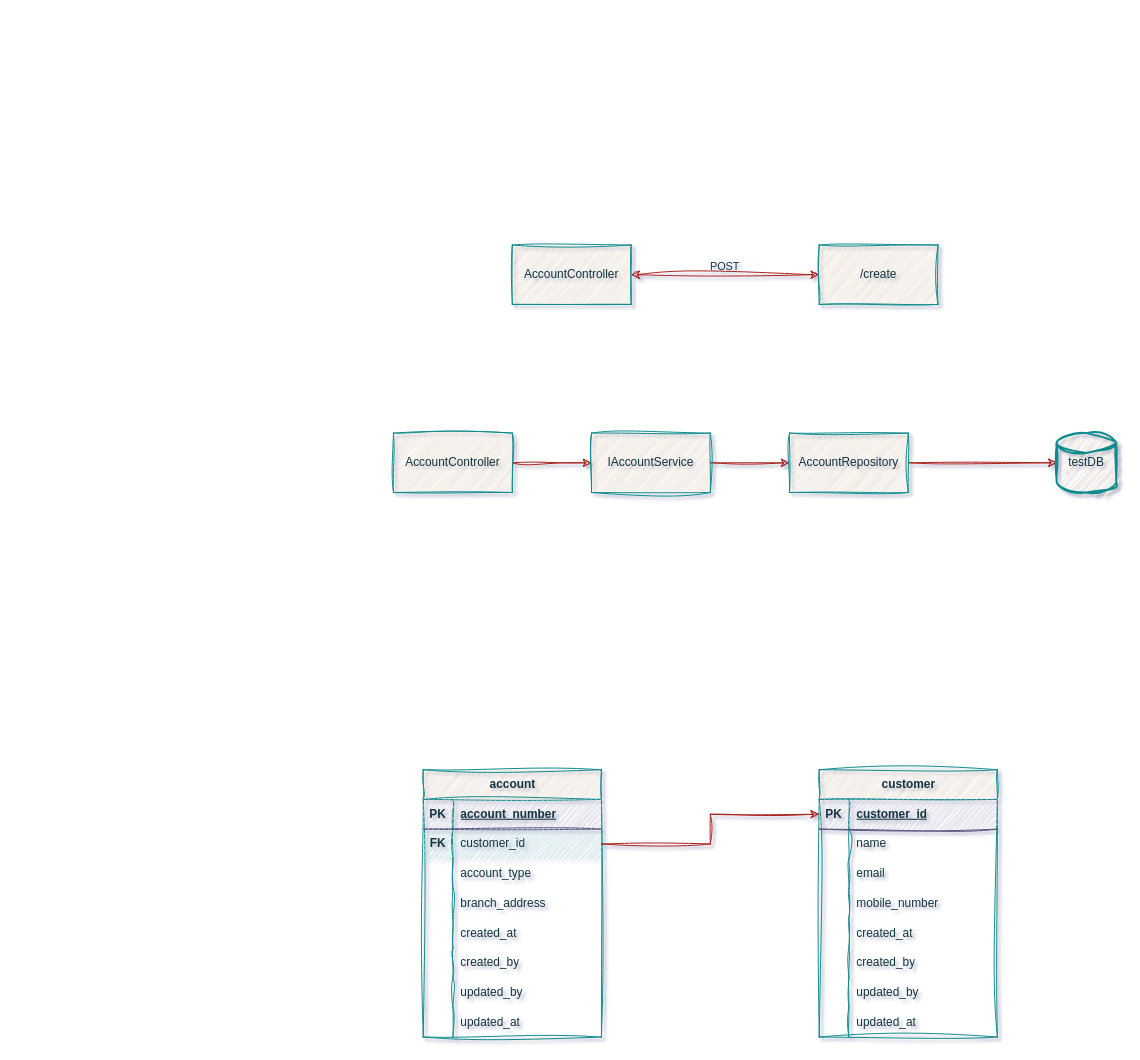
ccweerasinghe1994/MasterMicroserviceswithSpringBoot-Docker-Kubernetes keeps this draw.io diagram as docs/Untitled Diagram.drawio. Above is the earlier version. Source tidied: cells renumbered, new cells numbered last; positions are measured from the earlier drawing's top-left corner, leaving out a move shared by most shapes. Both pictures are drawn from the tidied source at 99%, with x=0, y=0 at pixel (393, 245).
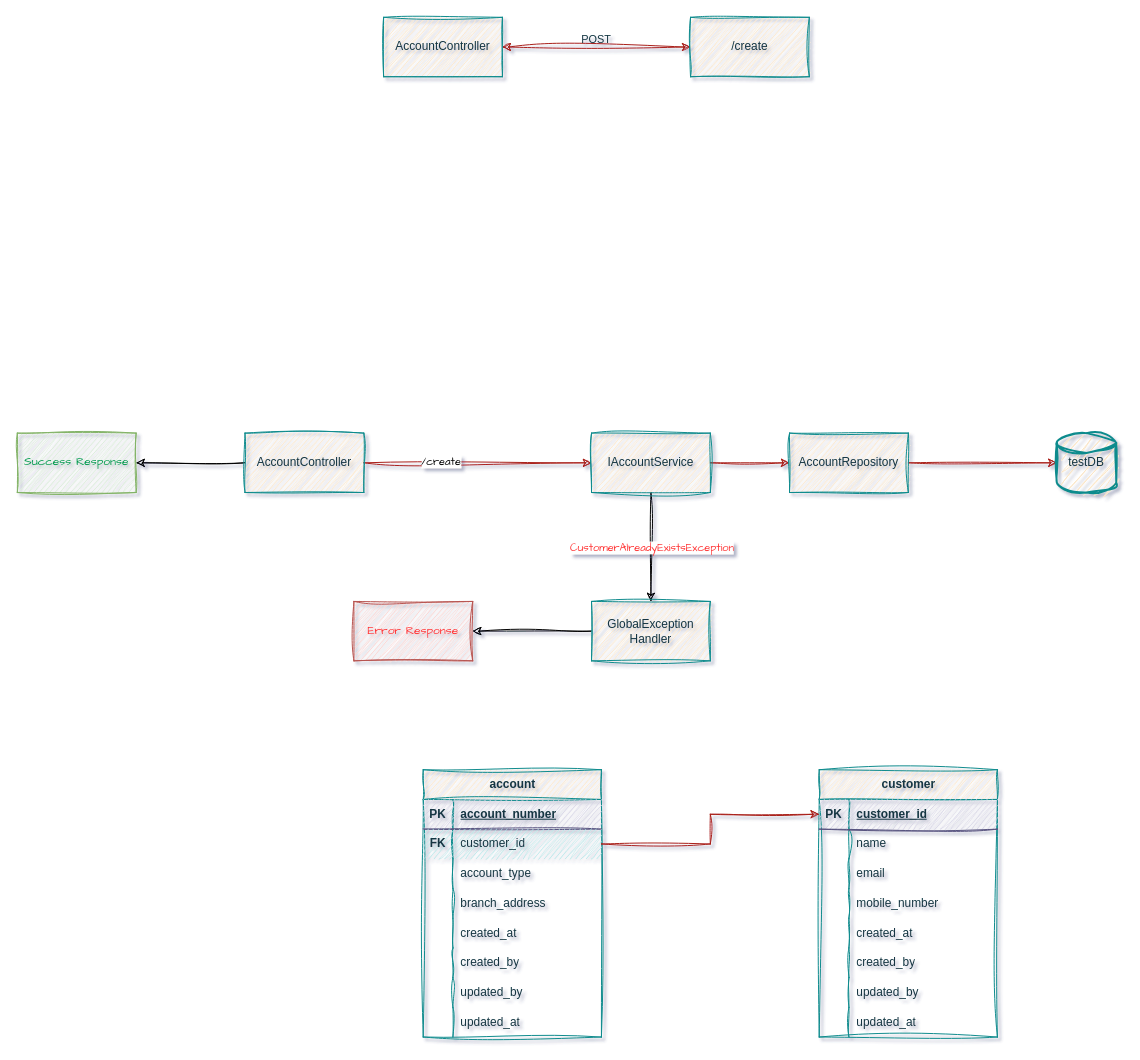
Above is the later version.

Unchanged cells that the change refers to:
```xml
<mxCell id="6" style="edgeStyle=orthogonalEdgeStyle;rounded=0;jettySize=auto;html=1;sketch=1;curveFitting=1;jiggle=2;labelBackgroundColor=none;strokeColor=#A8201A;fontColor=default;" parent="1" edge="1" source="7" target="9">
  <mxGeometry relative="1" as="geometry" />
</mxCell>
<mxCell id="9" value="IAccountService" style="rounded=0;whiteSpace=wrap;html=1;fillColor=#FAE5C7;fontColor=#143642;strokeColor=#0F8B8D;sketch=1;curveFitting=1;jiggle=2;labelBackgroundColor=none;" parent="1" vertex="1">
  <mxGeometry x="200" y="190" width="120" height="60" as="geometry" />
</mxCell>
```

The edit, as a diff of the source:
```diff
@@
     <mxCell id="4" value="AccountController" style="rounded=0;whiteSpace=wrap;html=1;fillColor=#FAE5C7;fontColor=#143642;strokeColor=#0F8B8D;sketch=1;curveFitting=1;jiggle=2;labelBackgroundColor=none;" parent="1" vertex="1">
-      <mxGeometry x="120" width="120" height="60" as="geometry" />
+      <mxGeometry x="-10" y="-230" width="120" height="60" as="geometry" />
     </mxCell>
     <mxCell id="5" value="/create" style="rounded=0;whiteSpace=wrap;html=1;fillColor=#FAE5C7;fontColor=#143642;strokeColor=#0F8B8D;sketch=1;curveFitting=1;jiggle=2;labelBackgroundColor=none;" parent="1" vertex="1">
-      <mxGeometry x="430" width="120" height="60" as="geometry" />
+      <mxGeometry x="300" y="-230" width="120" height="60" as="geometry" />
     </mxCell>
@@
+    <mxCell id="64" value="/create" style="edgeLabel;html=1;align=center;verticalAlign=middle;sketch=1;hachureGap=4;jiggle=2;curveFitting=1;fontFamily=Architects Daughter;" parent="6" vertex="1">
+      <mxGeometry x="-0.33" y="2" relative="1" as="geometry" />
+    </mxCell>
+    <mxCell id="65" style="edgeStyle=orthogonalEdgeStyle;rounded=0;sketch=1;hachureGap=4;jiggle=2;curveFitting=1;jettySize=auto;html=1;fontFamily=Architects Daughter;" parent="1" edge="1" source="7" target="71">
+      <mxGeometry relative="1" as="geometry" />
+    </mxCell>
     <mxCell id="7" value="AccountController" style="rounded=0;whiteSpace=wrap;html=1;fillColor=#FAE5C7;fontColor=#143642;strokeColor=#0F8B8D;sketch=1;curveFitting=1;jiggle=2;labelBackgroundColor=none;" parent="1" vertex="1">
-      <mxGeometry y="190" width="120" height="60" as="geometry" />
+      <mxGeometry x="-150" y="190" width="120" height="60" as="geometry" />
     </mxCell>
@@
+    <mxCell id="66" style="edgeStyle=orthogonalEdgeStyle;rounded=0;sketch=1;hachureGap=4;jiggle=2;curveFitting=1;jettySize=auto;html=1;fontFamily=Architects Daughter;textShadow=1;labelBorderColor=none;fontStyle=0;" parent="1" edge="1" source="9" target="69">
+      <mxGeometry relative="1" as="geometry" />
+    </mxCell>
+    <mxCell id="67" value="&lt;span style=&quot;font-weight: normal;&quot;&gt;CustomerAlreadyExistsException&lt;/span&gt;" style="edgeLabel;html=1;align=center;verticalAlign=middle;sketch=1;hachureGap=4;jiggle=2;curveFitting=1;fontFamily=Architects Daughter;fontColor=#FF3333;fontStyle=1;" parent="66" vertex="1">
+      <mxGeometry relative="1" as="geometry" />
+    </mxCell>
@@
+    <mxCell id="68" style="edgeStyle=orthogonalEdgeStyle;rounded=0;sketch=1;hachureGap=4;jiggle=2;curveFitting=1;jettySize=auto;html=1;fontFamily=Architects Daughter;" parent="1" edge="1" source="69" target="70">
+      <mxGeometry relative="1" as="geometry" />
+    </mxCell>
+    <mxCell id="69" value="GlobalException Handler" style="rounded=0;whiteSpace=wrap;html=1;fillColor=#FAE5C7;fontColor=#143642;strokeColor=#0F8B8D;sketch=1;curveFitting=1;jiggle=2;labelBackgroundColor=none;" parent="1" vertex="1">
+      <mxGeometry x="200" y="360" width="120" height="60" as="geometry" />
+    </mxCell>
+    <mxCell id="70" value="Error Response" style="rounded=0;whiteSpace=wrap;html=1;sketch=1;hachureGap=4;jiggle=2;curveFitting=1;fontFamily=Architects Daughter;fillColor=#f8cecc;strokeColor=#b85450;fontColor=#FF3333;" parent="1" vertex="1">
+      <mxGeometry x="-40" y="360" width="120" height="60" as="geometry" />
+    </mxCell>
+    <mxCell id="71" value="Success Response" style="rounded=0;whiteSpace=wrap;html=1;sketch=1;hachureGap=4;jiggle=2;curveFitting=1;fontFamily=Architects Daughter;fillColor=#d5e8d4;strokeColor=#82b366;fontColor=#00994D;" parent="1" vertex="1">
+      <mxGeometry x="-380" y="190" width="120" height="60" as="geometry" />
+    </mxCell>
```
